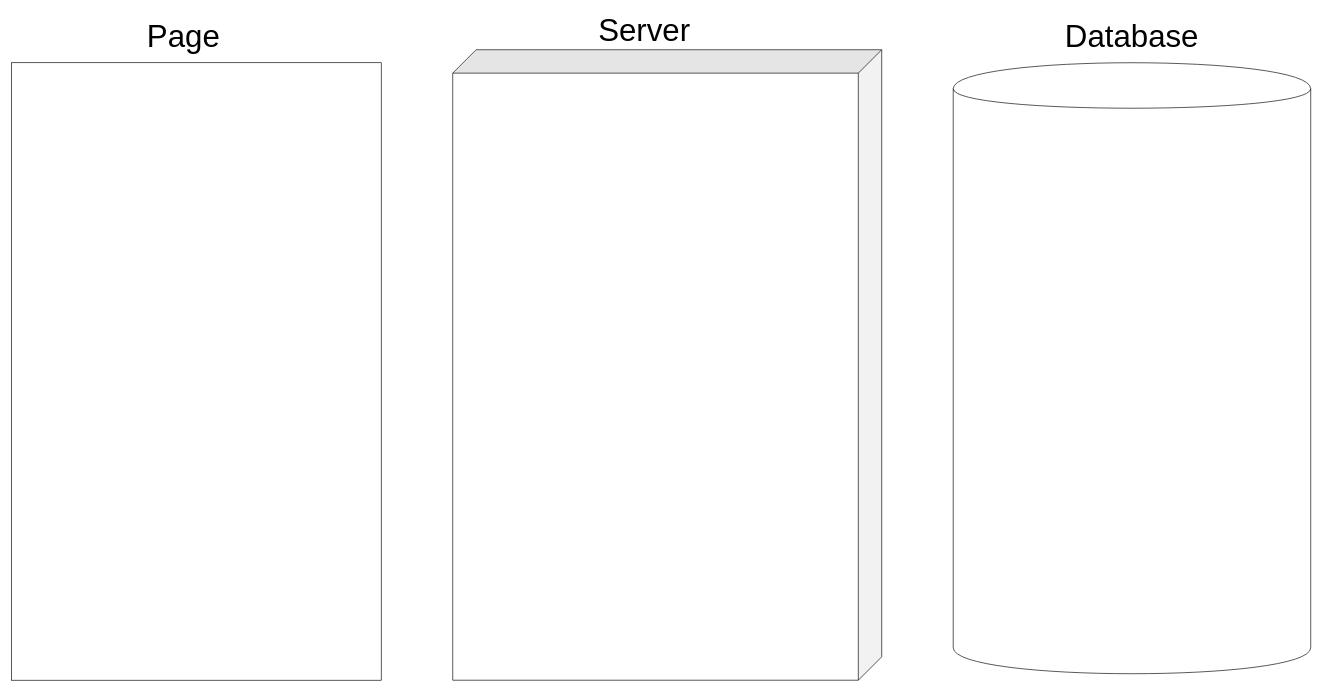
TamHOD/group_project_1_screenshots keeps this draw.io diagram as Untitled Diagram.drawio. Above is the earlier version. Source tidied: cells renumbered, new cells numbered last; positions are measured from the earlier drawing's top-left corner, leaving out a move shared by most shapes. Both pictures are drawn from the tidied source at 65%, with x=0, y=0 at pixel (11, 23).
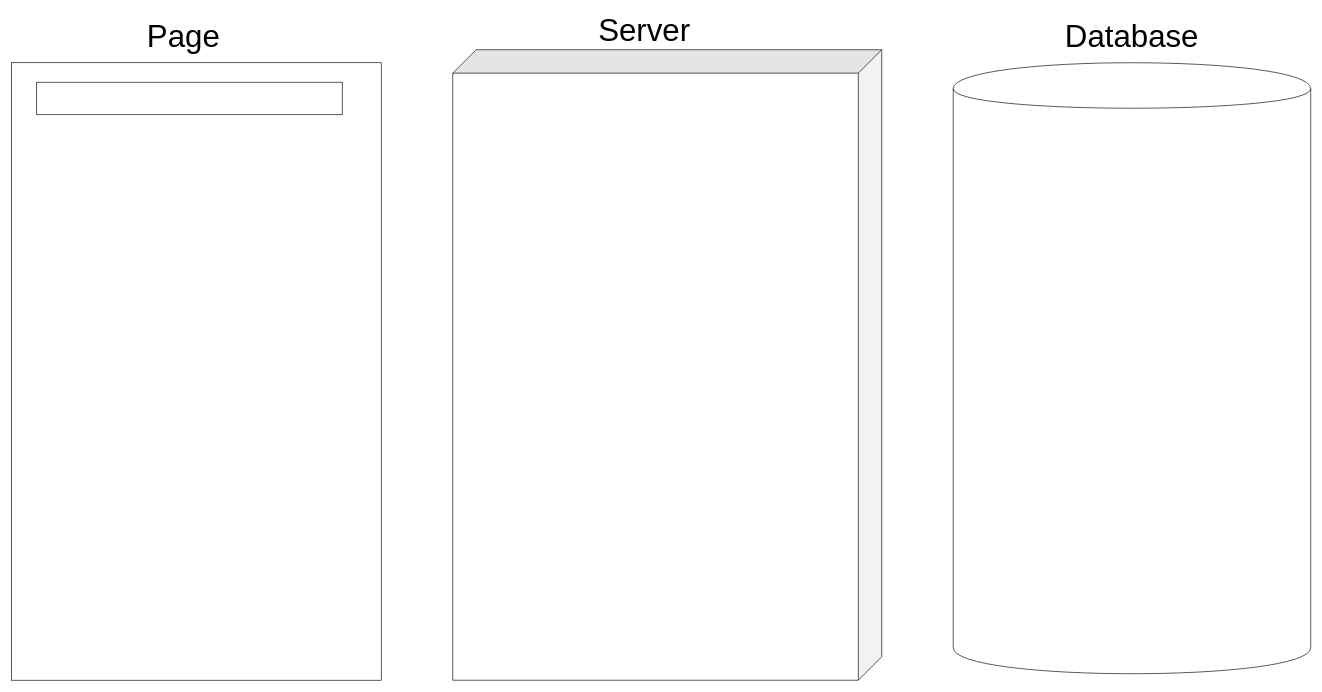
The same page after the edit.

Change to the diagram source:
```diff
@@
 <mxGraphModel>
   <root>
     <mxCell id="0" />
     <mxCell id="1" parent="0" />
     <mxCell id="2" style="rounded=0;whiteSpace=wrap;html=1;" parent="1" vertex="1">
       <mxGeometry y="60" width="569" height="950" as="geometry" />
     </mxCell>
     <mxCell id="3" value="&lt;font style=&quot;font-size: 48px&quot;&gt;Page&lt;/font&gt;" style="text;html=1;strokeColor=none;fillColor=none;align=center;verticalAlign=middle;whiteSpace=wrap;rounded=0;" parent="1" vertex="1">
       <mxGeometry x="245" y="10" width="40" height="20" as="geometry" />
     </mxCell>
     <mxCell id="4" value="&lt;font style=&quot;font-size: 48px&quot;&gt;Server&lt;/font&gt;" style="text;html=1;strokeColor=none;fillColor=none;align=center;verticalAlign=middle;whiteSpace=wrap;rounded=0;" parent="1" vertex="1">
       <mxGeometry x="954" width="40" height="20" as="geometry" />
     </mxCell>
     <mxCell id="5" value="&lt;font style=&quot;font-size: 48px&quot;&gt;Database&lt;/font&gt;" style="text;html=1;strokeColor=none;fillColor=none;align=center;verticalAlign=middle;whiteSpace=wrap;rounded=0;" parent="1" vertex="1">
       <mxGeometry x="1704" y="10" width="40" height="20" as="geometry" />
     </mxCell>
     <mxCell id="6" style="shape=cube;whiteSpace=wrap;html=1;boundedLbl=1;backgroundOutline=1;darkOpacity=0.05;darkOpacity2=0.1;size=36;rotation=0;direction=south;" parent="1" vertex="1">
       <mxGeometry x="679" y="40" width="660" height="970" as="geometry" />
     </mxCell>
     <mxCell id="7" style="shape=cylinder;whiteSpace=wrap;html=1;boundedLbl=1;backgroundOutline=1;" parent="1" vertex="1">
       <mxGeometry x="1449" y="60" width="550" height="940" as="geometry" />
     </mxCell>
+    <mxCell id="8" style="rounded=0;whiteSpace=wrap;html=1;" parent="1" vertex="1">
+      <mxGeometry x="39" y="90" width="470" height="50" as="geometry" />
+    </mxCell>
   </root>
 </mxGraphModel>
```
